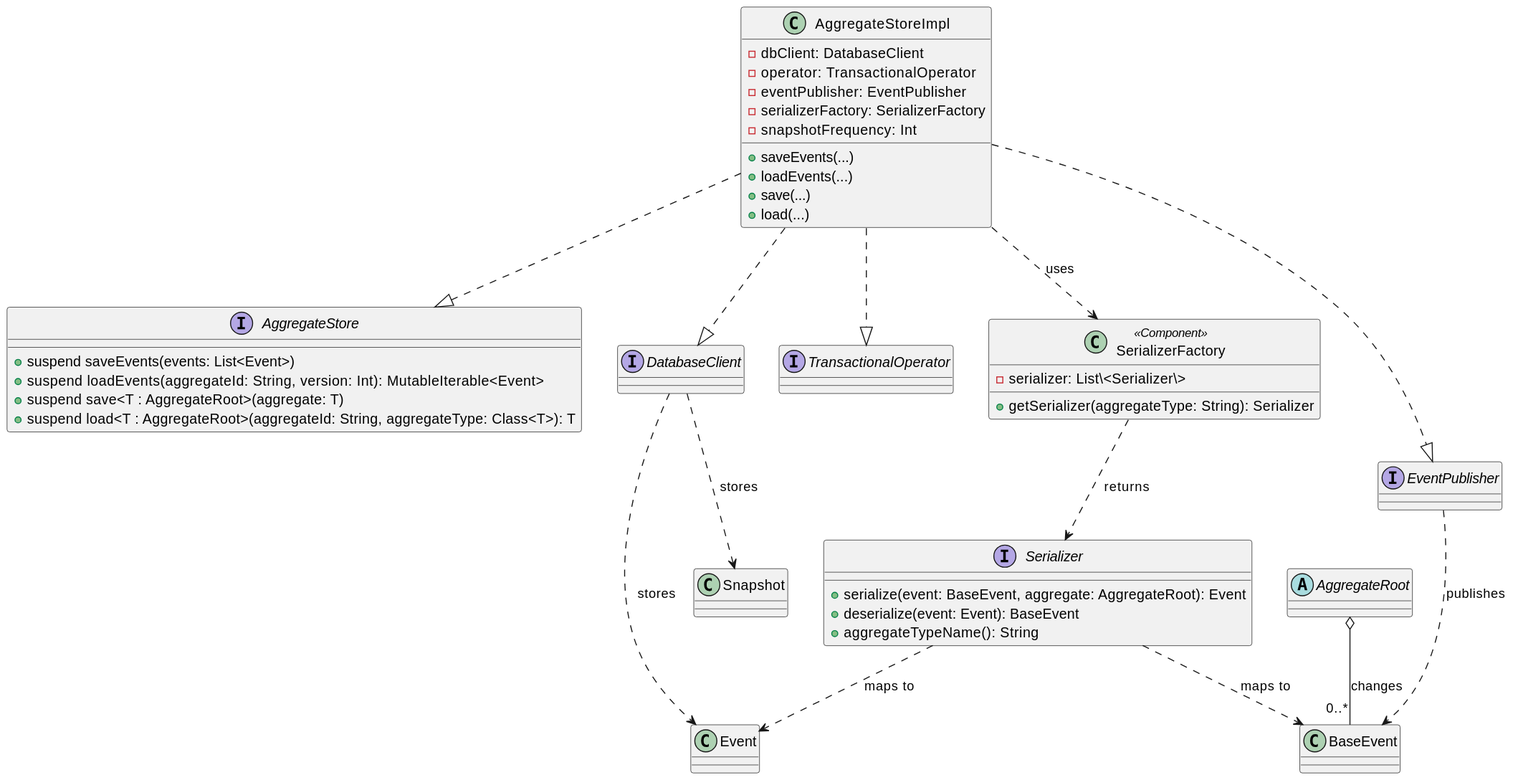
This is doc/eventsourcing/AggregateStore-0.svg from FSpruhs/park-flow, a PlantUML export, as it was before one commit.
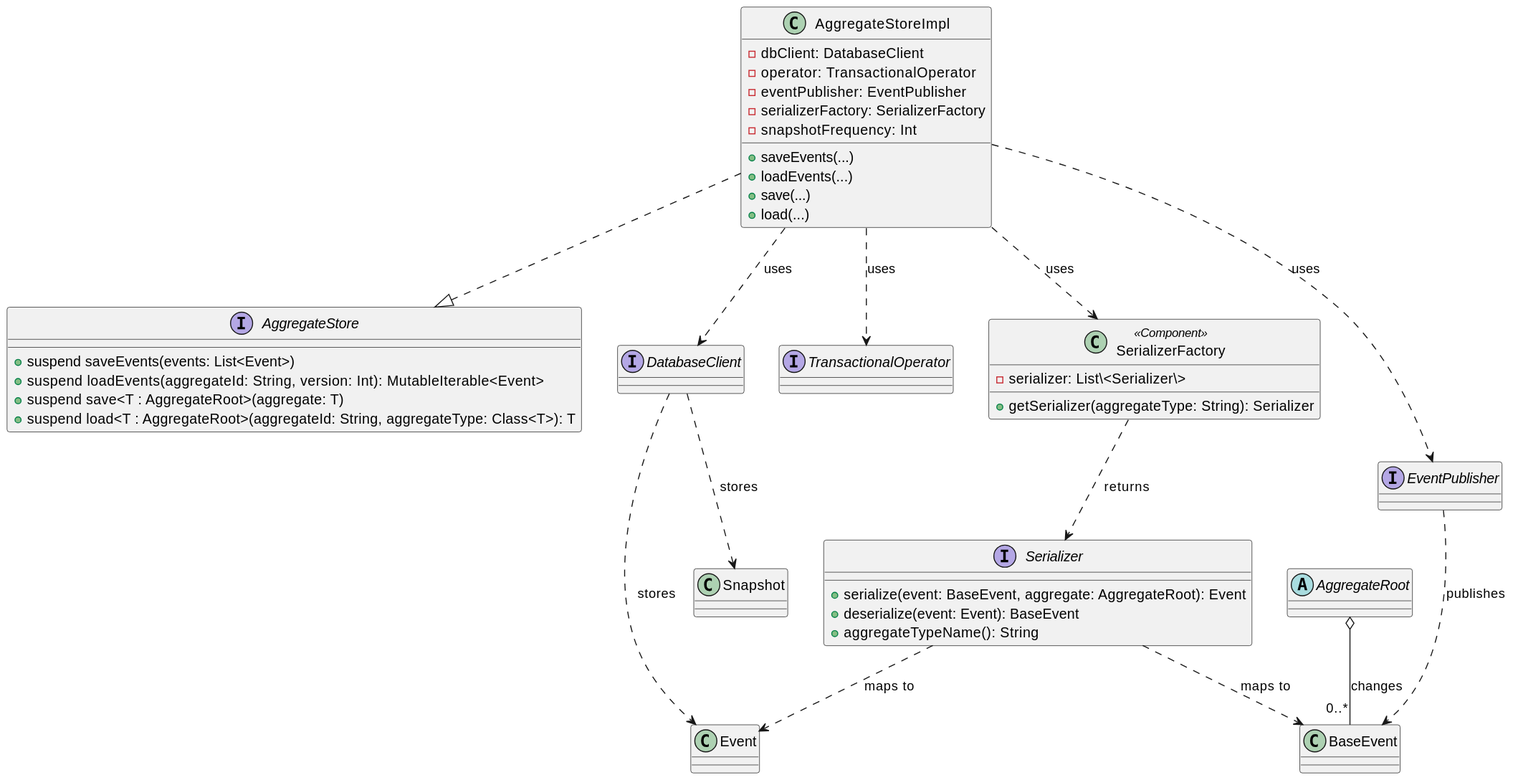
Later version of the same file.

Diff of the diagram source:
```diff
@@ -46,9 +46,9 @@
 Serializer ..> Event : "maps to"
 AggregateRoot o-- "0..*" BaseEvent : changes
 
-AggregateStoreImpl ..|> DatabaseClient
-AggregateStoreImpl ..|> TransactionalOperator
-AggregateStoreImpl ..|> EventPublisher
+AggregateStoreImpl ..> DatabaseClient : uses
+AggregateStoreImpl ..> TransactionalOperator : uses
+AggregateStoreImpl ..> EventPublisher : uses
 EventPublisher ..> BaseEvent : publishes
 DatabaseClient ..> Event : stores
 DatabaseClient ..> Snapshot : stores
```
